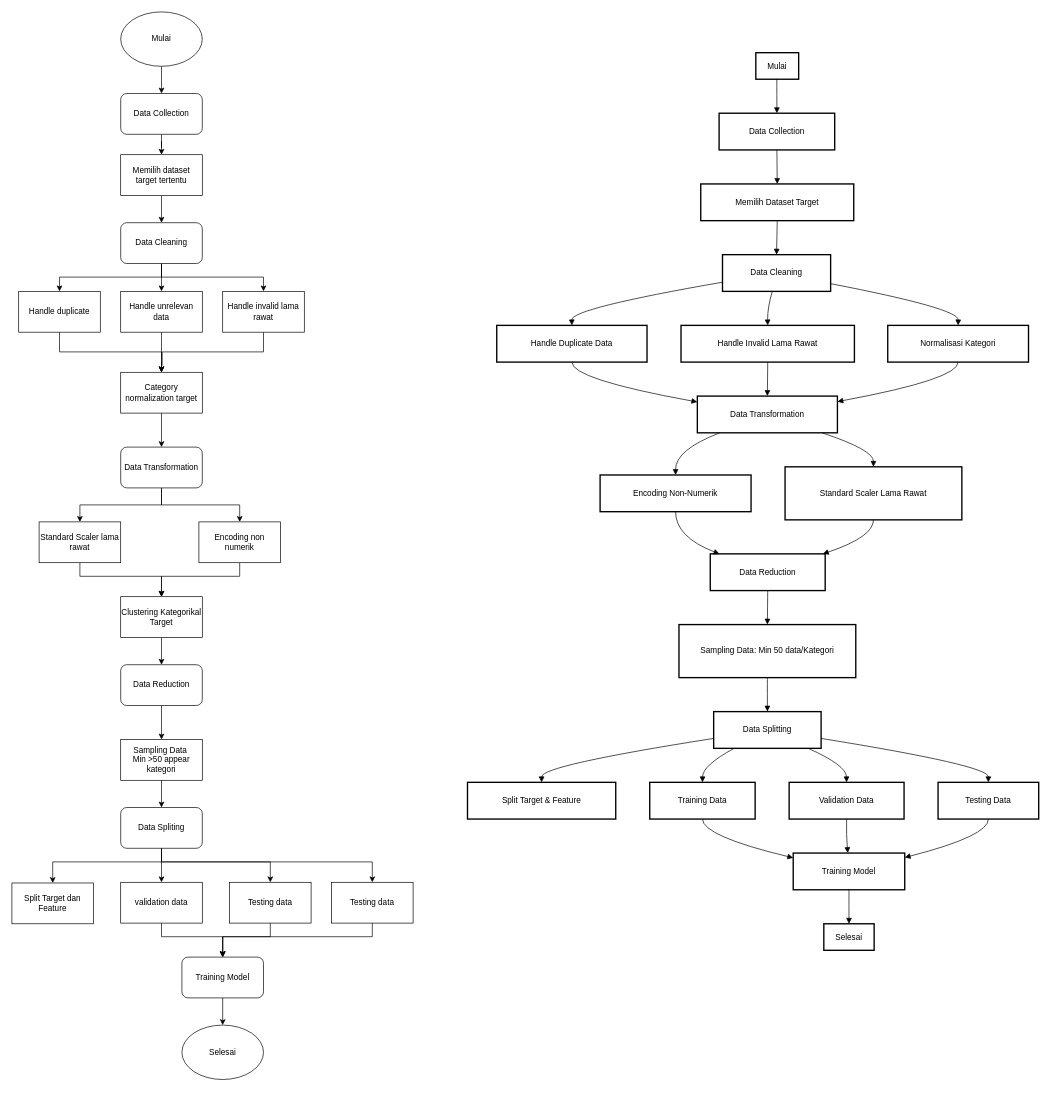
The draw.io diagram Untitled Diagram.drawio in Kickhands/PKL-RS-Karyadi-Diagram, before the edit. Source tidied: cells renumbered, new cells numbered last; positions are measured from the earlier drawing's top-left corner, leaving out a move shared by most shapes. Both pictures are drawn from the tidied source at 68%, with x=0, y=0 at pixel (12, 12).
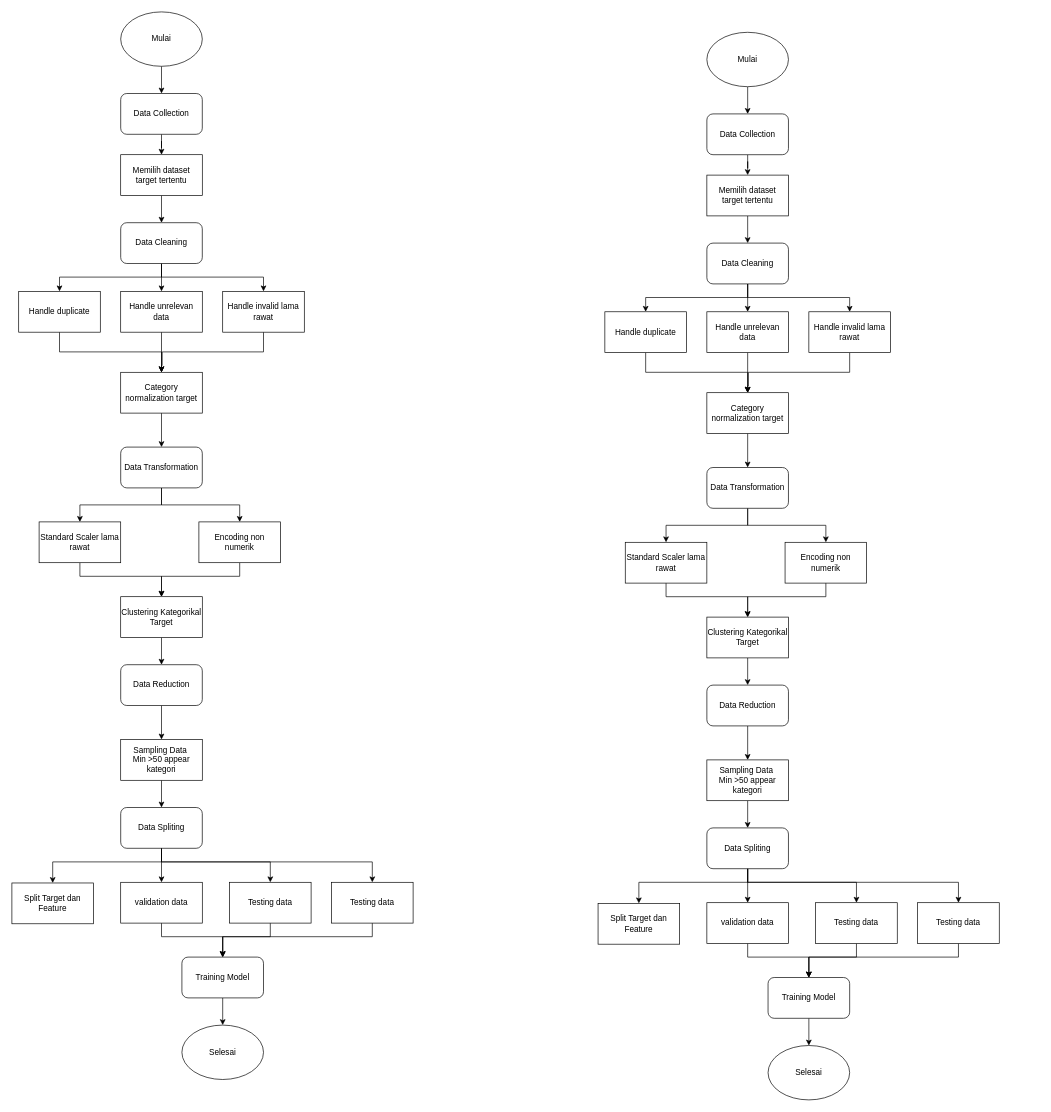
The same diagram, later.

Diff of the diagram source:
```diff
@@
-    <mxCell id="43" value="Mulai" style="rounded=0;whiteSpace=wrap;arcSize=50;strokeWidth=2;" parent="1" vertex="1">
-      <mxGeometry x="1094" y="60" width="63" height="39" as="geometry" />
-    </mxCell>
-    <mxCell id="44" value="Data Collection" style="whiteSpace=wrap;strokeWidth=2;rounded=0;" parent="1" vertex="1">
-      <mxGeometry x="1040" y="149" width="170" height="54" as="geometry" />
-    </mxCell>
-    <mxCell id="45" value="Memilih Dataset Target" style="whiteSpace=wrap;strokeWidth=2;rounded=0;" parent="1" vertex="1">
-      <mxGeometry x="1013" y="253" width="225" height="54" as="geometry" />
-    </mxCell>
-    <mxCell id="46" value="Data Cleaning" style="whiteSpace=wrap;strokeWidth=2;rounded=0;" parent="1" vertex="1">
-      <mxGeometry x="1045" y="357" width="159" height="54" as="geometry" />
-    </mxCell>
-    <mxCell id="47" value="Handle Duplicate Data" style="whiteSpace=wrap;strokeWidth=2;rounded=0;" parent="1" vertex="1">
-      <mxGeometry x="713" y="461" width="221" height="54" as="geometry" />
-    </mxCell>
-    <mxCell id="48" value="Handle Invalid Lama Rawat" style="whiteSpace=wrap;strokeWidth=2;rounded=0;" parent="1" vertex="1">
-      <mxGeometry x="984" y="461" width="255" height="54" as="geometry" />
-    </mxCell>
-    <mxCell id="49" value="Normalisasi Kategori" style="whiteSpace=wrap;strokeWidth=2;rounded=0;" parent="1" vertex="1">
-      <mxGeometry x="1288" y="461" width="207" height="54" as="geometry" />
-    </mxCell>
-    <mxCell id="50" value="Data Transformation" style="whiteSpace=wrap;strokeWidth=2;rounded=0;" parent="1" vertex="1">
-      <mxGeometry x="1008" y="565" width="206" height="54" as="geometry" />
-    </mxCell>
-    <mxCell id="51" value="Encoding Non-Numerik" style="whiteSpace=wrap;strokeWidth=2;rounded=0;" parent="1" vertex="1">
-      <mxGeometry x="865" y="681" width="222" height="54" as="geometry" />
-    </mxCell>
-    <mxCell id="52" value="Standard Scaler Lama Rawat" style="whiteSpace=wrap;strokeWidth=2;rounded=0;" parent="1" vertex="1">
-      <mxGeometry x="1137" y="669" width="260" height="78" as="geometry" />
-    </mxCell>
-    <mxCell id="53" value="Data Reduction" style="whiteSpace=wrap;strokeWidth=2;rounded=0;" parent="1" vertex="1">
-      <mxGeometry x="1027" y="797" width="169" height="54" as="geometry" />
-    </mxCell>
-    <mxCell id="54" value="Sampling Data: Min 50 data/Kategori" style="whiteSpace=wrap;strokeWidth=2;rounded=0;" parent="1" vertex="1">
-      <mxGeometry x="981" y="901" width="260" height="78" as="geometry" />
-    </mxCell>
-    <mxCell id="55" value="Data Splitting" style="whiteSpace=wrap;strokeWidth=2;rounded=0;" parent="1" vertex="1">
-      <mxGeometry x="1032" y="1029" width="158" height="54" as="geometry" />
-    </mxCell>
-    <mxCell id="56" value="Split Target &amp; Feature" style="whiteSpace=wrap;strokeWidth=2;" parent="1" vertex="1">
-      <mxGeometry x="670" y="1133" width="218" height="54" as="geometry" />
-    </mxCell>
-    <mxCell id="57" value="Training Data" style="whiteSpace=wrap;strokeWidth=2;rounded=0;" parent="1" vertex="1">
-      <mxGeometry x="938" y="1133" width="155" height="54" as="geometry" />
-    </mxCell>
-    <mxCell id="58" value="Validation Data" style="whiteSpace=wrap;strokeWidth=2;rounded=0;" parent="1" vertex="1">
-      <mxGeometry x="1143" y="1133" width="169" height="54" as="geometry" />
-    </mxCell>
-    <mxCell id="59" value="Testing Data" style="whiteSpace=wrap;strokeWidth=2;" parent="1" vertex="1">
-      <mxGeometry x="1362" y="1133" width="148" height="54" as="geometry" />
-    </mxCell>
-    <mxCell id="60" value="Training Model" style="whiteSpace=wrap;strokeWidth=2;rounded=0;" parent="1" vertex="1">
-      <mxGeometry x="1149" y="1237" width="164" height="54" as="geometry" />
-    </mxCell>
-    <mxCell id="61" value="Selesai" style="rounded=0;whiteSpace=wrap;arcSize=50;strokeWidth=2;" parent="1" vertex="1">
-      <mxGeometry x="1194" y="1341" width="74" height="39" as="geometry" />
-    </mxCell>
-    <mxCell id="62" style="curved=1;startArrow=none;endArrow=block;exitX=0.49;exitY=1;entryX=0.5;entryY=0;rounded=0;" parent="1" edge="1" source="43" target="44">
-      <mxGeometry relative="1" as="geometry" />
-    </mxCell>
-    <mxCell id="63" style="curved=1;startArrow=none;endArrow=block;exitX=0.5;exitY=1;entryX=0.5;entryY=0;rounded=0;" parent="1" edge="1" source="44" target="45">
-      <mxGeometry relative="1" as="geometry" />
-    </mxCell>
-    <mxCell id="64" style="curved=1;startArrow=none;endArrow=block;exitX=0.5;exitY=1;entryX=0.5;entryY=0;rounded=0;" parent="1" edge="1" source="45" target="46">
-      <mxGeometry relative="1" as="geometry" />
-    </mxCell>
-    <mxCell id="65" style="curved=1;startArrow=none;endArrow=block;exitX=0;exitY=0.75;entryX=0.5;entryY=0;rounded=0;" parent="1" edge="1" source="46" target="47">
-      <mxGeometry relative="1" as="geometry">
-        <Array as="points">
-          <mxPoint x="823" y="436" />
-        </Array>
-      </mxGeometry>
-    </mxCell>
-    <mxCell id="66" style="curved=1;startArrow=none;endArrow=block;exitX=0.46;exitY=1;entryX=0.5;entryY=0;rounded=0;" parent="1" edge="1" source="46" target="48">
-      <mxGeometry relative="1" as="geometry">
-        <Array as="points">
-          <mxPoint x="1111" y="436" />
-        </Array>
-      </mxGeometry>
-    </mxCell>
-    <mxCell id="67" style="curved=1;startArrow=none;endArrow=block;exitX=1;exitY=0.79;entryX=0.5;entryY=0;rounded=0;" parent="1" edge="1" source="46" target="49">
-      <mxGeometry relative="1" as="geometry">
-        <Array as="points">
-          <mxPoint x="1392" y="436" />
-        </Array>
-      </mxGeometry>
-    </mxCell>
-    <mxCell id="68" style="curved=1;startArrow=none;endArrow=block;exitX=0.5;exitY=1;entryX=0;entryY=0.16;rounded=0;" parent="1" edge="1" source="47" target="50">
-      <mxGeometry relative="1" as="geometry">
-        <Array as="points">
-          <mxPoint x="823" y="540" />
-        </Array>
-      </mxGeometry>
-    </mxCell>
-    <mxCell id="69" style="curved=1;startArrow=none;endArrow=block;exitX=0.5;exitY=1;entryX=0.5;entryY=0;rounded=0;" parent="1" edge="1" source="48" target="50">
-      <mxGeometry relative="1" as="geometry" />
-    </mxCell>
-    <mxCell id="70" style="curved=1;startArrow=none;endArrow=block;exitX=0.5;exitY=1;entryX=1;entryY=0.15;rounded=0;" parent="1" edge="1" source="49" target="50">
-      <mxGeometry relative="1" as="geometry">
-        <Array as="points">
-          <mxPoint x="1392" y="540" />
-        </Array>
-      </mxGeometry>
-    </mxCell>
-    <mxCell id="71" style="curved=1;startArrow=none;endArrow=block;exitX=0.16;exitY=1;entryX=0.5;entryY=0;rounded=0;" parent="1" edge="1" source="50" target="51">
-      <mxGeometry relative="1" as="geometry">
-        <Array as="points">
-          <mxPoint x="976" y="644" />
-        </Array>
-      </mxGeometry>
-    </mxCell>
-    <mxCell id="72" style="curved=1;startArrow=none;endArrow=block;exitX=0.89;exitY=1;entryX=0.5;entryY=0;rounded=0;" parent="1" edge="1" source="50" target="52">
-      <mxGeometry relative="1" as="geometry">
-        <Array as="points">
-          <mxPoint x="1267" y="644" />
-        </Array>
-      </mxGeometry>
-    </mxCell>
-    <mxCell id="73" style="curved=1;startArrow=none;endArrow=block;exitX=0.5;exitY=1;entryX=0.08;entryY=0;rounded=0;" parent="1" edge="1" source="51" target="53">
-      <mxGeometry relative="1" as="geometry">
-        <Array as="points">
-          <mxPoint x="976" y="772" />
-        </Array>
-      </mxGeometry>
-    </mxCell>
-    <mxCell id="74" style="curved=1;startArrow=none;endArrow=block;exitX=0.5;exitY=1;entryX=0.98;entryY=0;rounded=0;" parent="1" edge="1" source="52" target="53">
-      <mxGeometry relative="1" as="geometry">
-        <Array as="points">
-          <mxPoint x="1267" y="772" />
-        </Array>
-      </mxGeometry>
-    </mxCell>
-    <mxCell id="75" style="curved=1;startArrow=none;endArrow=block;exitX=0.5;exitY=1;entryX=0.5;entryY=0;rounded=0;" parent="1" edge="1" source="53" target="54">
-      <mxGeometry relative="1" as="geometry" />
-    </mxCell>
-    <mxCell id="76" style="curved=1;startArrow=none;endArrow=block;exitX=0.5;exitY=1;entryX=0.5;entryY=0;rounded=0;" parent="1" edge="1" source="54" target="55">
-      <mxGeometry relative="1" as="geometry" />
-    </mxCell>
-    <mxCell id="77" style="curved=1;startArrow=none;endArrow=block;exitX=0;exitY=0.73;entryX=0.5;entryY=0;rounded=0;" parent="1" edge="1" source="55" target="56">
-      <mxGeometry relative="1" as="geometry">
-        <Array as="points">
-          <mxPoint x="779" y="1108" />
-        </Array>
-      </mxGeometry>
-    </mxCell>
-    <mxCell id="78" style="curved=1;startArrow=none;endArrow=block;exitX=0.19;exitY=1;entryX=0.5;entryY=0;rounded=0;" parent="1" edge="1" source="55" target="57">
-      <mxGeometry relative="1" as="geometry">
-        <Array as="points">
-          <mxPoint x="1016" y="1108" />
-        </Array>
-      </mxGeometry>
-    </mxCell>
-    <mxCell id="79" style="curved=1;startArrow=none;endArrow=block;exitX=0.88;exitY=1;entryX=0.5;entryY=0;rounded=0;" parent="1" edge="1" source="55" target="58">
-      <mxGeometry relative="1" as="geometry">
-        <Array as="points">
-          <mxPoint x="1227" y="1108" />
-        </Array>
-      </mxGeometry>
-    </mxCell>
-    <mxCell id="80" style="curved=1;startArrow=none;endArrow=block;exitX=1;exitY=0.73;entryX=0.5;entryY=0;rounded=0;" parent="1" edge="1" source="55" target="59">
-      <mxGeometry relative="1" as="geometry">
-        <Array as="points">
-          <mxPoint x="1436" y="1108" />
-        </Array>
-      </mxGeometry>
-    </mxCell>
-    <mxCell id="81" style="curved=1;startArrow=none;endArrow=block;exitX=0.5;exitY=1;entryX=0;entryY=0.13;rounded=0;" parent="1" edge="1" source="57" target="60">
-      <mxGeometry relative="1" as="geometry">
-        <Array as="points">
-          <mxPoint x="1016" y="1212" />
-        </Array>
-      </mxGeometry>
-    </mxCell>
-    <mxCell id="82" style="curved=1;startArrow=none;endArrow=block;exitX=0.5;exitY=1;entryX=0.49;entryY=0;rounded=0;" parent="1" edge="1" source="58" target="60">
-      <mxGeometry relative="1" as="geometry">
-        <Array as="points">
-          <mxPoint x="1227" y="1212" />
-        </Array>
-      </mxGeometry>
-    </mxCell>
-    <mxCell id="83" style="curved=1;startArrow=none;endArrow=block;exitX=0.5;exitY=1;entryX=1;entryY=0.12;rounded=0;" parent="1" edge="1" source="59" target="60">
-      <mxGeometry relative="1" as="geometry">
-        <Array as="points">
-          <mxPoint x="1436" y="1212" />
-        </Array>
-      </mxGeometry>
-    </mxCell>
-    <mxCell id="84" style="curved=1;startArrow=none;endArrow=block;exitX=0.5;exitY=1;entryX=0.5;entryY=0;rounded=0;" parent="1" edge="1" source="60" target="61">
-      <mxGeometry relative="1" as="geometry" />
-    </mxCell>
@@
+    <mxCell id="62" style="edgeStyle=orthogonalEdgeStyle;rounded=0;jettySize=auto;html=1;entryX=0.5;entryY=0;entryDx=0;entryDy=0;" parent="1" edge="1" source="43" target="44">
+      <mxGeometry relative="1" as="geometry" />
+    </mxCell>
+    <mxCell id="43" value="Mulai" style="ellipse;whiteSpace=wrap;html=1;" parent="1" vertex="1">
+      <mxGeometry x="1022" y="30" width="120" height="80" as="geometry" />
+    </mxCell>
+    <mxCell id="90" style="edgeStyle=orthogonalEdgeStyle;rounded=0;jettySize=auto;html=1;" parent="1" edge="1" source="91" target="101">
+      <mxGeometry relative="1" as="geometry">
+        <Array as="points">
+          <mxPoint x="932" y="530" />
+          <mxPoint x="1082" y="530" />
+        </Array>
+      </mxGeometry>
+    </mxCell>
+    <mxCell id="91" value="Handle duplicate" style="rounded=0;whiteSpace=wrap;html=1;" parent="1" vertex="1">
+      <mxGeometry x="872" y="441" width="120" height="60" as="geometry" />
+    </mxCell>
+    <mxCell id="92" style="edgeStyle=orthogonalEdgeStyle;rounded=0;jettySize=auto;html=1;entryX=0.5;entryY=0;entryDx=0;entryDy=0;" parent="1" edge="1" source="46" target="91">
+      <mxGeometry relative="1" as="geometry">
+        <Array as="points">
+          <mxPoint x="1082" y="420" />
+          <mxPoint x="932" y="420" />
+        </Array>
+      </mxGeometry>
+    </mxCell>
+    <mxCell id="93" style="edgeStyle=orthogonalEdgeStyle;rounded=0;jettySize=auto;html=1;entryX=0.5;entryY=0;entryDx=0;entryDy=0;" parent="1" edge="1" source="46" target="99">
+      <mxGeometry relative="1" as="geometry">
+        <Array as="points">
+          <mxPoint x="1082" y="420" />
+          <mxPoint x="1232" y="420" />
+        </Array>
+      </mxGeometry>
+    </mxCell>
+    <mxCell id="94" style="edgeStyle=orthogonalEdgeStyle;rounded=0;jettySize=auto;html=1;" parent="1" edge="1" source="46" target="126">
+      <mxGeometry relative="1" as="geometry" />
+    </mxCell>
+    <mxCell id="46" value="Data Cleaning" style="rounded=1;whiteSpace=wrap;html=1;" parent="1" vertex="1">
+      <mxGeometry x="1022" y="340" width="120" height="60" as="geometry" />
+    </mxCell>
+    <mxCell id="95" style="edgeStyle=orthogonalEdgeStyle;rounded=0;jettySize=auto;html=1;entryX=0.5;entryY=0;entryDx=0;entryDy=0;" parent="1" edge="1" source="44" target="97">
+      <mxGeometry relative="1" as="geometry" />
+    </mxCell>
+    <mxCell id="44" value="Data Collection" style="rounded=1;whiteSpace=wrap;html=1;" parent="1" vertex="1">
+      <mxGeometry x="1022" y="150" width="120" height="60" as="geometry" />
+    </mxCell>
+    <mxCell id="96" style="edgeStyle=orthogonalEdgeStyle;rounded=0;jettySize=auto;html=1;" parent="1" edge="1" source="97" target="46">
+      <mxGeometry relative="1" as="geometry" />
+    </mxCell>
+    <mxCell id="97" value="Memilih dataset target tertentu" style="rounded=0;whiteSpace=wrap;html=1;" parent="1" vertex="1">
+      <mxGeometry x="1022" y="240" width="120" height="60" as="geometry" />
+    </mxCell>
+    <mxCell id="98" style="edgeStyle=orthogonalEdgeStyle;rounded=0;jettySize=auto;html=1;entryX=0.5;entryY=0;entryDx=0;entryDy=0;" parent="1" edge="1" source="99" target="101">
+      <mxGeometry relative="1" as="geometry">
+        <Array as="points">
+          <mxPoint x="1232" y="530" />
+          <mxPoint x="1083" y="530" />
+          <mxPoint x="1083" y="550" />
+          <mxPoint x="1082" y="550" />
+        </Array>
+      </mxGeometry>
+    </mxCell>
+    <mxCell id="99" value="Handle invalid lama rawat" style="rounded=0;whiteSpace=wrap;html=1;" parent="1" vertex="1">
+      <mxGeometry x="1172" y="441" width="120" height="60" as="geometry" />
+    </mxCell>
+    <mxCell id="100" style="edgeStyle=orthogonalEdgeStyle;rounded=0;jettySize=auto;html=1;" parent="1" edge="1" source="101" target="50">
+      <mxGeometry relative="1" as="geometry" />
+    </mxCell>
+    <mxCell id="101" value="Category normalization target" style="rounded=0;whiteSpace=wrap;html=1;" parent="1" vertex="1">
+      <mxGeometry x="1022" y="560" width="120" height="60" as="geometry" />
+    </mxCell>
+    <mxCell id="102" style="edgeStyle=orthogonalEdgeStyle;rounded=0;jettySize=auto;html=1;entryX=0.5;entryY=0;entryDx=0;entryDy=0;" parent="1" edge="1" source="50" target="107">
+      <mxGeometry relative="1" as="geometry" />
+    </mxCell>
+    <mxCell id="103" style="edgeStyle=orthogonalEdgeStyle;rounded=0;jettySize=auto;html=1;entryX=0.5;entryY=0;entryDx=0;entryDy=0;" parent="1" edge="1" source="50" target="105">
+      <mxGeometry relative="1" as="geometry" />
+    </mxCell>
+    <mxCell id="50" value="Data Transformation" style="rounded=1;whiteSpace=wrap;html=1;" parent="1" vertex="1">
+      <mxGeometry x="1022" y="670" width="120" height="60" as="geometry" />
+    </mxCell>
+    <mxCell id="104" style="edgeStyle=orthogonalEdgeStyle;rounded=0;jettySize=auto;html=1;" parent="1" edge="1" source="105">
+      <mxGeometry relative="1" as="geometry">
+        <mxPoint x="1082" y="890" as="targetPoint" />
+        <Array as="points">
+          <mxPoint x="1197" y="860" />
+          <mxPoint x="1082" y="860" />
+        </Array>
+      </mxGeometry>
+    </mxCell>
+    <mxCell id="105" value="Encoding non numerik" style="rounded=0;whiteSpace=wrap;html=1;" parent="1" vertex="1">
+      <mxGeometry x="1137" y="780" width="120" height="60" as="geometry" />
+    </mxCell>
+    <mxCell id="106" style="edgeStyle=orthogonalEdgeStyle;rounded=0;jettySize=auto;html=1;entryX=0.5;entryY=0;entryDx=0;entryDy=0;" parent="1" edge="1" source="107" target="109">
+      <mxGeometry relative="1" as="geometry">
+        <Array as="points">
+          <mxPoint x="962" y="860" />
+          <mxPoint x="1082" y="860" />
+        </Array>
+      </mxGeometry>
+    </mxCell>
+    <mxCell id="107" value="Standard Scaler lama rawat" style="rounded=0;whiteSpace=wrap;html=1;" parent="1" vertex="1">
+      <mxGeometry x="902" y="780" width="120" height="60" as="geometry" />
+    </mxCell>
+    <mxCell id="108" style="edgeStyle=orthogonalEdgeStyle;rounded=0;jettySize=auto;html=1;" parent="1" edge="1" source="109" target="53">
+      <mxGeometry relative="1" as="geometry" />
+    </mxCell>
+    <mxCell id="109" value="Clustering Kategorikal Target" style="rounded=0;whiteSpace=wrap;html=1;" parent="1" vertex="1">
+      <mxGeometry x="1022" y="890" width="120" height="60" as="geometry" />
+    </mxCell>
+    <mxCell id="110" style="edgeStyle=orthogonalEdgeStyle;rounded=0;jettySize=auto;html=1;entryX=0.5;entryY=0;entryDx=0;entryDy=0;" parent="1" edge="1" source="53" target="112">
+      <mxGeometry relative="1" as="geometry" />
+    </mxCell>
+    <mxCell id="53" value="Data Reduction" style="rounded=1;whiteSpace=wrap;html=1;" parent="1" vertex="1">
+      <mxGeometry x="1022" y="990" width="120" height="60" as="geometry" />
+    </mxCell>
+    <mxCell id="111" style="edgeStyle=orthogonalEdgeStyle;rounded=0;jettySize=auto;html=1;" parent="1" edge="1" source="112" target="116">
+      <mxGeometry relative="1" as="geometry" />
+    </mxCell>
+    <mxCell id="112" value="Sampling Data&amp;nbsp;&lt;br&gt;Min &amp;gt;50 appear kategori" style="rounded=0;whiteSpace=wrap;html=1;" parent="1" vertex="1">
+      <mxGeometry x="1022" y="1100" width="120" height="60" as="geometry" />
+    </mxCell>
+    <mxCell id="113" style="edgeStyle=orthogonalEdgeStyle;rounded=0;jettySize=auto;html=1;entryX=0.5;entryY=0;entryDx=0;entryDy=0;" parent="1" edge="1" source="116" target="117">
+      <mxGeometry relative="1" as="geometry">
+        <Array as="points">
+          <mxPoint x="1082" y="1280" />
+          <mxPoint x="922" y="1280" />
+        </Array>
+      </mxGeometry>
+    </mxCell>
+    <mxCell id="114" style="edgeStyle=orthogonalEdgeStyle;rounded=0;jettySize=auto;html=1;entryX=0.5;entryY=0;entryDx=0;entryDy=0;" parent="1" edge="1" source="116" target="119">
+      <mxGeometry relative="1" as="geometry" />
+    </mxCell>
+    <mxCell id="115" style="edgeStyle=orthogonalEdgeStyle;rounded=0;jettySize=auto;html=1;entryX=0.5;entryY=0;entryDx=0;entryDy=0;" parent="1" edge="1" source="116" target="124">
+      <mxGeometry relative="1" as="geometry">
+        <Array as="points">
+          <mxPoint x="1082" y="1280" />
+          <mxPoint x="1392" y="1280" />
+        </Array>
+      </mxGeometry>
+    </mxCell>
+    <mxCell id="116" value="Data Spliting" style="rounded=1;whiteSpace=wrap;html=1;" parent="1" vertex="1">
+      <mxGeometry x="1022" y="1200" width="120" height="60" as="geometry" />
+    </mxCell>
+    <mxCell id="117" value="Split Target dan Feature" style="rounded=0;whiteSpace=wrap;html=1;" parent="1" vertex="1">
+      <mxGeometry x="862" y="1311" width="120" height="60" as="geometry" />
+    </mxCell>
+    <mxCell id="118" style="edgeStyle=orthogonalEdgeStyle;rounded=0;jettySize=auto;html=1;entryX=0.5;entryY=0;entryDx=0;entryDy=0;" parent="1" edge="1" source="119" target="60">
+      <mxGeometry relative="1" as="geometry">
+        <Array as="points">
+          <mxPoint x="1082" y="1390" />
+          <mxPoint x="1172" y="1390" />
+        </Array>
+      </mxGeometry>
+    </mxCell>
+    <mxCell id="119" value="validation data" style="rounded=0;whiteSpace=wrap;html=1;" parent="1" vertex="1">
+      <mxGeometry x="1022" y="1310" width="120" height="60" as="geometry" />
+    </mxCell>
+    <mxCell id="120" style="edgeStyle=orthogonalEdgeStyle;rounded=0;jettySize=auto;html=1;entryX=0.5;entryY=0;entryDx=0;entryDy=0;" parent="1" edge="1" source="121" target="60">
+      <mxGeometry relative="1" as="geometry">
+        <Array as="points">
+          <mxPoint x="1242" y="1390" />
+          <mxPoint x="1172" y="1390" />
+        </Array>
+      </mxGeometry>
+    </mxCell>
+    <mxCell id="121" value="Testing data" style="rounded=0;whiteSpace=wrap;html=1;" parent="1" vertex="1">
+      <mxGeometry x="1182" y="1310" width="120" height="60" as="geometry" />
+    </mxCell>
+    <mxCell id="122" style="edgeStyle=orthogonalEdgeStyle;rounded=0;jettySize=auto;html=1;entryX=0.5;entryY=0;entryDx=0;entryDy=0;" parent="1" edge="1" source="116" target="121">
+      <mxGeometry relative="1" as="geometry">
+        <Array as="points">
+          <mxPoint x="1082" y="1280" />
+          <mxPoint x="1242" y="1280" />
+        </Array>
+      </mxGeometry>
+    </mxCell>
+    <mxCell id="84" style="edgeStyle=orthogonalEdgeStyle;rounded=0;jettySize=auto;html=1;entryX=0.5;entryY=0;entryDx=0;entryDy=0;" parent="1" edge="1" source="60" target="61">
+      <mxGeometry relative="1" as="geometry" />
+    </mxCell>
+    <mxCell id="60" value="Training Model" style="rounded=1;whiteSpace=wrap;html=1;" parent="1" vertex="1">
+      <mxGeometry x="1112" y="1420" width="120" height="60" as="geometry" />
+    </mxCell>
+    <mxCell id="123" style="edgeStyle=orthogonalEdgeStyle;rounded=0;jettySize=auto;html=1;entryX=0.5;entryY=0;entryDx=0;entryDy=0;" parent="1" edge="1" source="124" target="60">
+      <mxGeometry relative="1" as="geometry">
+        <Array as="points">
+          <mxPoint x="1392" y="1390" />
+          <mxPoint x="1172" y="1390" />
+        </Array>
+      </mxGeometry>
+    </mxCell>
+    <mxCell id="124" value="Testing data" style="rounded=0;whiteSpace=wrap;html=1;" parent="1" vertex="1">
+      <mxGeometry x="1332" y="1310" width="120" height="60" as="geometry" />
+    </mxCell>
+    <mxCell id="61" value="Selesai" style="ellipse;whiteSpace=wrap;html=1;" parent="1" vertex="1">
+      <mxGeometry x="1112" y="1520" width="120" height="80" as="geometry" />
+    </mxCell>
+    <mxCell id="125" style="edgeStyle=orthogonalEdgeStyle;rounded=0;jettySize=auto;html=1;entryX=0.5;entryY=0;entryDx=0;entryDy=0;" parent="1" edge="1" source="126" target="101">
+      <mxGeometry relative="1" as="geometry" />
+    </mxCell>
+    <mxCell id="126" value="Handle unrelevan data" style="rounded=0;whiteSpace=wrap;html=1;" parent="1" vertex="1">
+      <mxGeometry x="1022" y="441" width="120" height="60" as="geometry" />
+    </mxCell>
```
